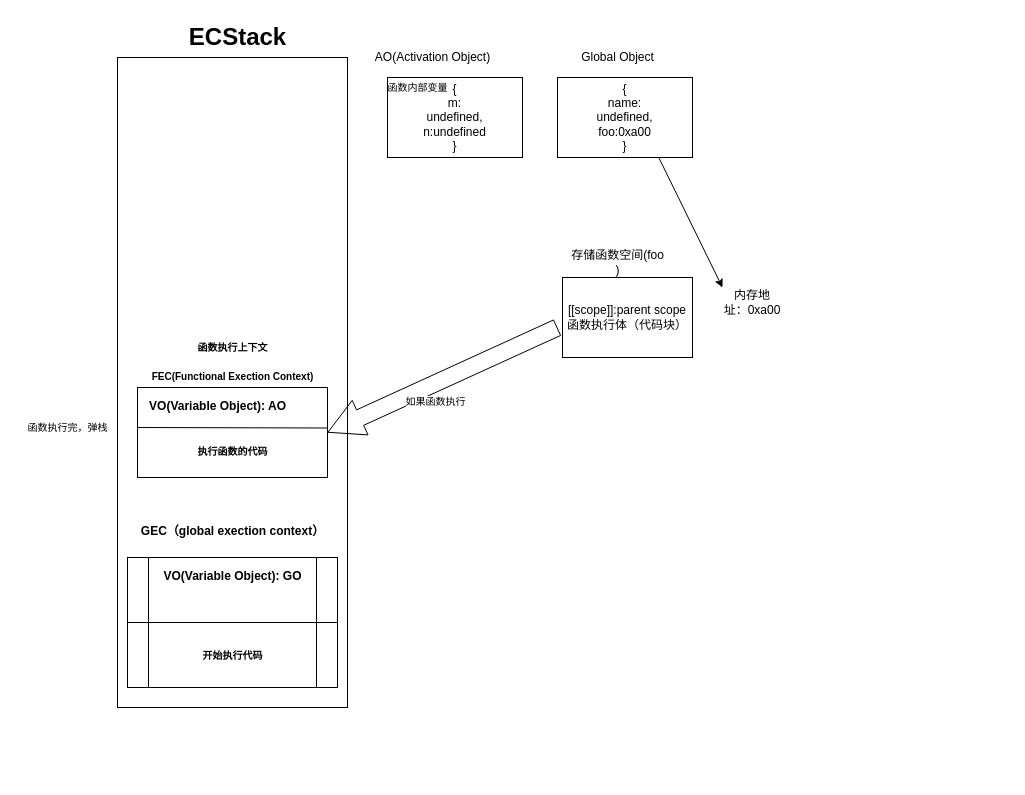
The draw.io diagram known/drawio/jsExecute.drawio in zack-xy/knownNet, before the edit. Source tidied: cells renumbered, new cells numbered last; positions are measured from the earlier drawing's top-left corner, leaving out a move shared by most shapes. Both pictures are drawn from the tidied source at 100%, with x=0, y=0 at pixel (17, 17).
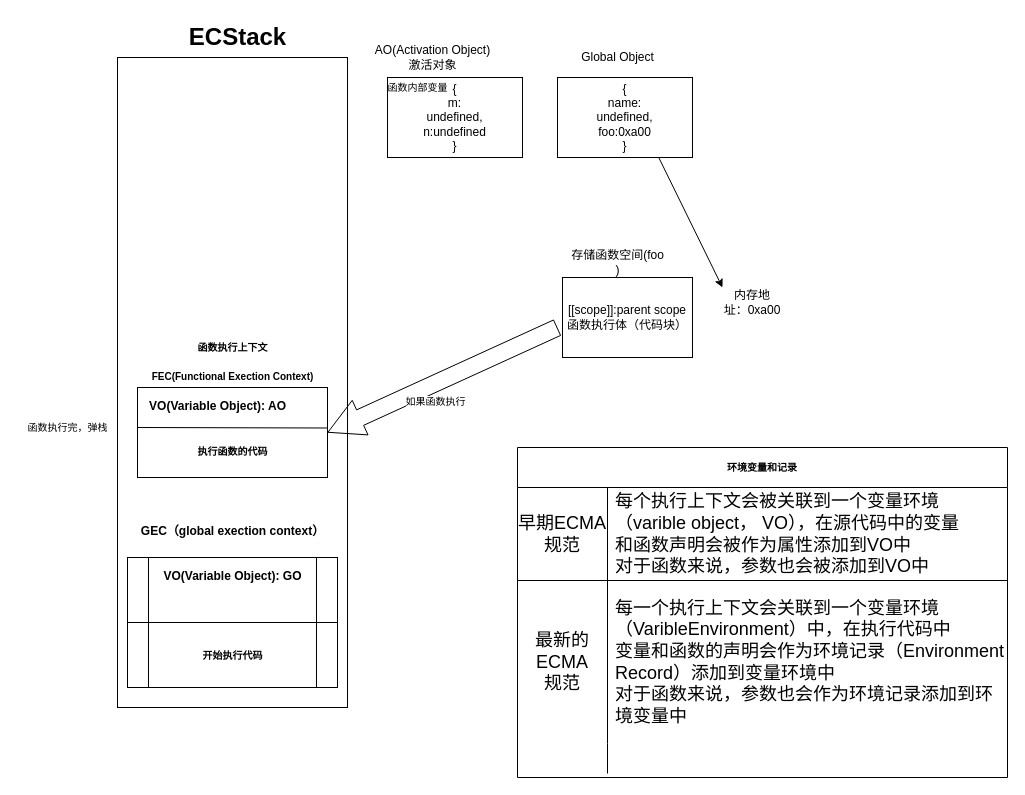
The same diagram, later.

Change to the diagram source:
```diff
@@
-    <mxCell id="21" value="AO(Activation Object)" style="text;html=1;align=center;verticalAlign=middle;strokeColor=none;fillColor=none;fontSize=12;" parent="1" vertex="1">
-      <mxGeometry x="350" y="30" width="130" height="20" as="geometry" />
+    <mxCell id="21" value="AO(Activation Object)&lt;br&gt;激活对象&lt;br&gt;" style="text;html=1;align=center;verticalAlign=middle;strokeColor=none;fillColor=none;fontSize=12;" parent="1" vertex="1">
+      <mxGeometry x="350" y="25" width="130" height="30" as="geometry" />
     </mxCell>
@@
+    <mxCell id="26" value="环境变量和记录" style="shape=table;startSize=40;childLayout=tableLayout;rowLines=0;fontStyle=1;align=center;fontSize=10;" parent="1" vertex="1">
+      <mxGeometry x="500" y="430" width="490" height="330" as="geometry" />
+    </mxCell>
+    <mxCell id="27" style="shape=partialRectangle;html=1;whiteSpace=wrap;fillColor=none;top=0;left=0;bottom=1;right=0;fontSize=10;" parent="26" vertex="1">
+      <mxGeometry y="40" width="490" height="93" as="geometry" />
+    </mxCell>
+    <mxCell id="28" value="&lt;font style=&quot;font-size: 18px&quot;&gt;早期ECMA规范&lt;/font&gt;" style="shape=partialRectangle;html=1;whiteSpace=wrap;fillColor=none;top=0;left=0;bottom=0;right=0;overflow=hidden;fontSize=10;" parent="27" vertex="1">
+      <mxGeometry width="90" height="93" as="geometry" />
+    </mxCell>
+    <mxCell id="29" value="&lt;font style=&quot;font-size: 18px&quot;&gt;每个执行上下文会被关联到一个变量环境（varible object， VO），在源代码中的变量&lt;br&gt;和函数声明会被作为属性添加到VO中&lt;br&gt;对于函数来说，参数也会被添加到VO中&lt;/font&gt;" style="shape=partialRectangle;html=1;whiteSpace=wrap;fillColor=none;top=0;left=0;bottom=0;right=0;align=left;spacingLeft=6;overflow=hidden;fontSize=10;" parent="27" vertex="1">
+      <mxGeometry x="90" width="400" height="93" as="geometry" />
+    </mxCell>
+    <mxCell id="30" style="shape=partialRectangle;html=1;whiteSpace=wrap;fillColor=none;top=0;left=0;bottom=0;right=0;fontSize=10;" parent="26" vertex="1">
+      <mxGeometry y="133" width="490" height="163" as="geometry" />
+    </mxCell>
+    <mxCell id="31" value="&lt;font style=&quot;font-size: 18px&quot;&gt;最新的ECMA&lt;br&gt;规范&lt;/font&gt;" style="shape=partialRectangle;html=1;whiteSpace=wrap;fillColor=none;top=0;left=0;bottom=0;right=0;overflow=hidden;fontSize=10;" parent="30" vertex="1">
+      <mxGeometry width="90" height="163" as="geometry" />
+    </mxCell>
+    <mxCell id="32" value="&lt;font style=&quot;font-size: 18px&quot;&gt;每一个执行上下文会关联到一个变量环境（VaribleEnvironment）中，在执行代码中&lt;br&gt;变量和函数的声明会作为环境记录（Environment Record）添加到变量环境中&lt;br&gt;对于函数来说，参数也会作为环境记录添加到环境变量中&lt;/font&gt;" style="shape=partialRectangle;html=1;whiteSpace=wrap;fillColor=none;top=0;left=0;bottom=0;right=0;align=left;spacingLeft=6;overflow=hidden;fontSize=10;" parent="30" vertex="1">
+      <mxGeometry x="90" width="400" height="163" as="geometry" />
+    </mxCell>
+    <mxCell id="33" style="shape=partialRectangle;html=1;whiteSpace=wrap;fillColor=none;top=0;left=0;bottom=0;right=0;fontSize=10;" parent="26" vertex="1">
+      <mxGeometry y="296" width="490" height="30" as="geometry" />
+    </mxCell>
+    <mxCell id="34" style="shape=partialRectangle;html=1;whiteSpace=wrap;fillColor=none;top=0;left=0;bottom=0;right=0;overflow=hidden;fontSize=10;" parent="33" vertex="1">
+      <mxGeometry width="90" height="30" as="geometry" />
+    </mxCell>
+    <mxCell id="35" style="shape=partialRectangle;html=1;whiteSpace=wrap;fillColor=none;top=0;left=0;bottom=0;right=0;align=left;spacingLeft=6;overflow=hidden;fontSize=10;" parent="33" vertex="1">
+      <mxGeometry x="90" width="400" height="30" as="geometry" />
+    </mxCell>
```
